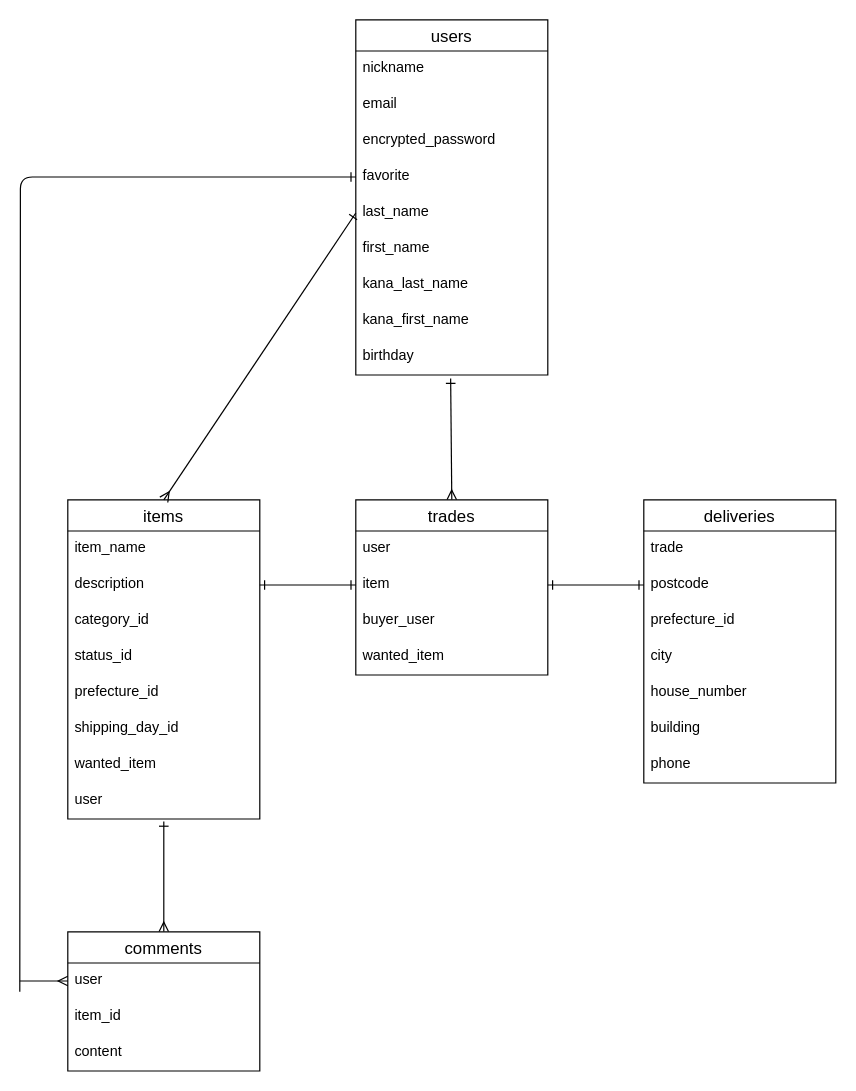
Before: happy_trade.dio in umeskayame/happytrade, a draw.io diagram. Source tidied: cells renumbered, new cells numbered last; positions are measured from the earlier drawing's top-left corner, leaving out a move shared by most shapes. Both pictures are drawn from the tidied source at 120%, with x=0, y=0 at pixel (19, 19).
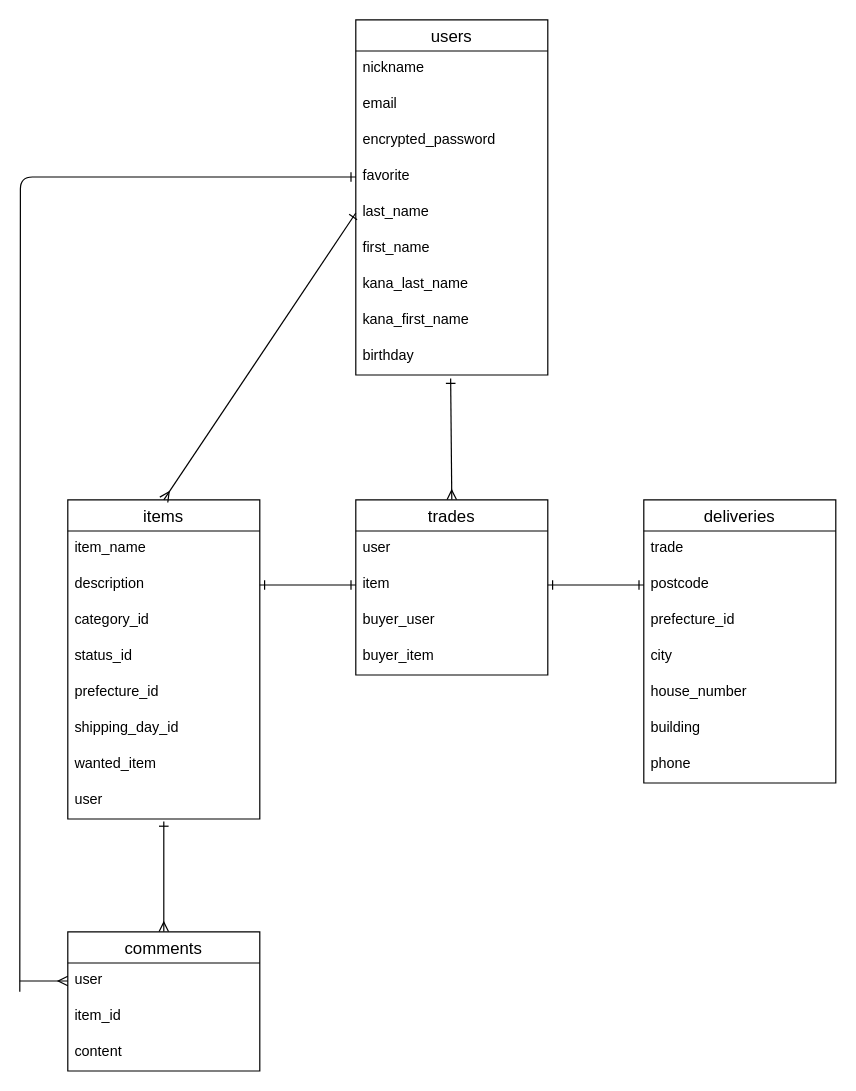
After the change.

Commit message (it also covers changes not shown here):
trade/deliveryモデルとマイグレーション作成

Unchanged cells that the change refers to:
```xml
<mxCell id="22" value="trades" style="swimlane;fontStyle=0;horizontal=1;startSize=26;align=center;fontSize=14;" parent="1" vertex="1">
  <mxGeometry x="280" y="400" width="160" height="146" as="geometry" />
</mxCell>
```

Diff of the diagram source:
```diff
@@
-    <mxCell id="26" value="wanted_item" style="text;strokeColor=none;fillColor=none;spacingLeft=4;spacingRight=4;overflow=hidden;fontSize=12;" parent="22" vertex="1">
+    <mxCell id="26" value="buyer_item" style="text;strokeColor=none;fillColor=none;spacingLeft=4;spacingRight=4;overflow=hidden;fontSize=12;" parent="22" vertex="1">
       <mxGeometry y="116" width="160" height="30" as="geometry" />
     </mxCell>
```
